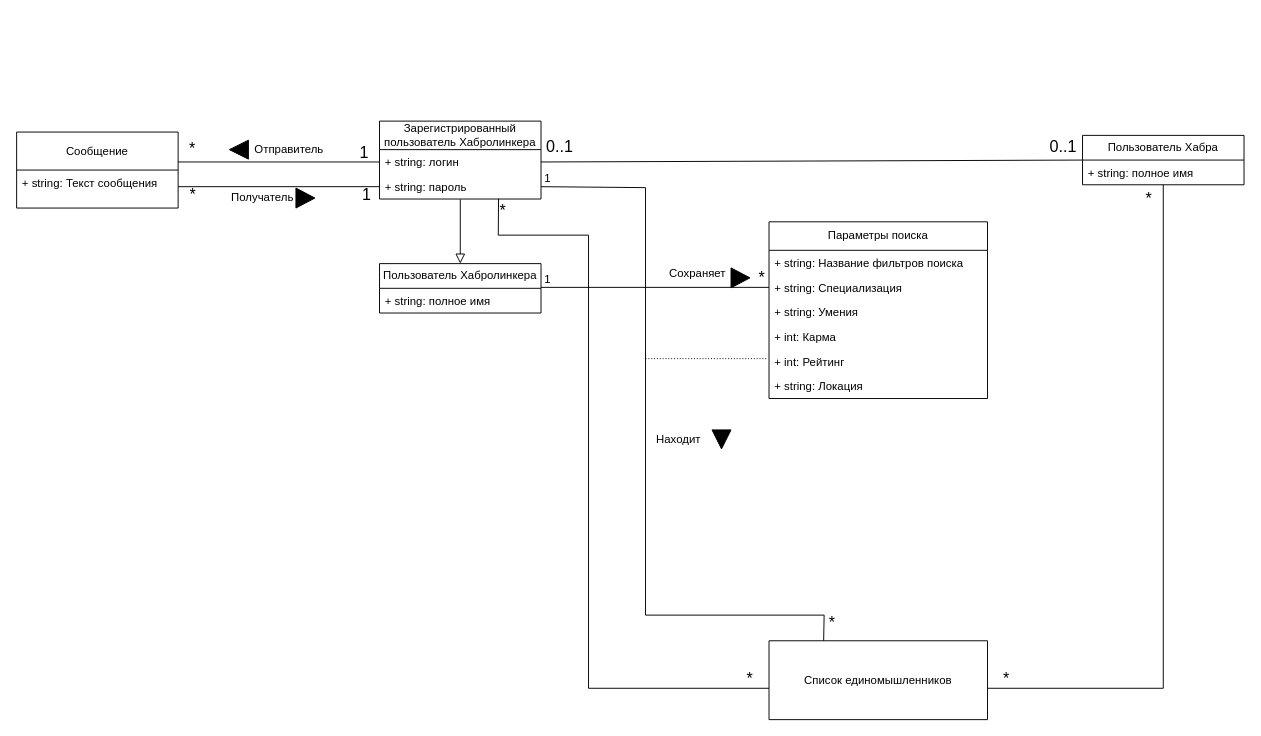
AS2/habrolink keeps this draw.io diagram as docs/raw_diagrams/domain_model.drawio. Above is the earlier version. Source tidied: cells renumbered, new cells numbered last; positions are measured from the earlier drawing's top-left corner, leaving out a move shared by most shapes. Both pictures are drawn from the tidied source at 95%, with x=0, y=0 at pixel (16, 121).
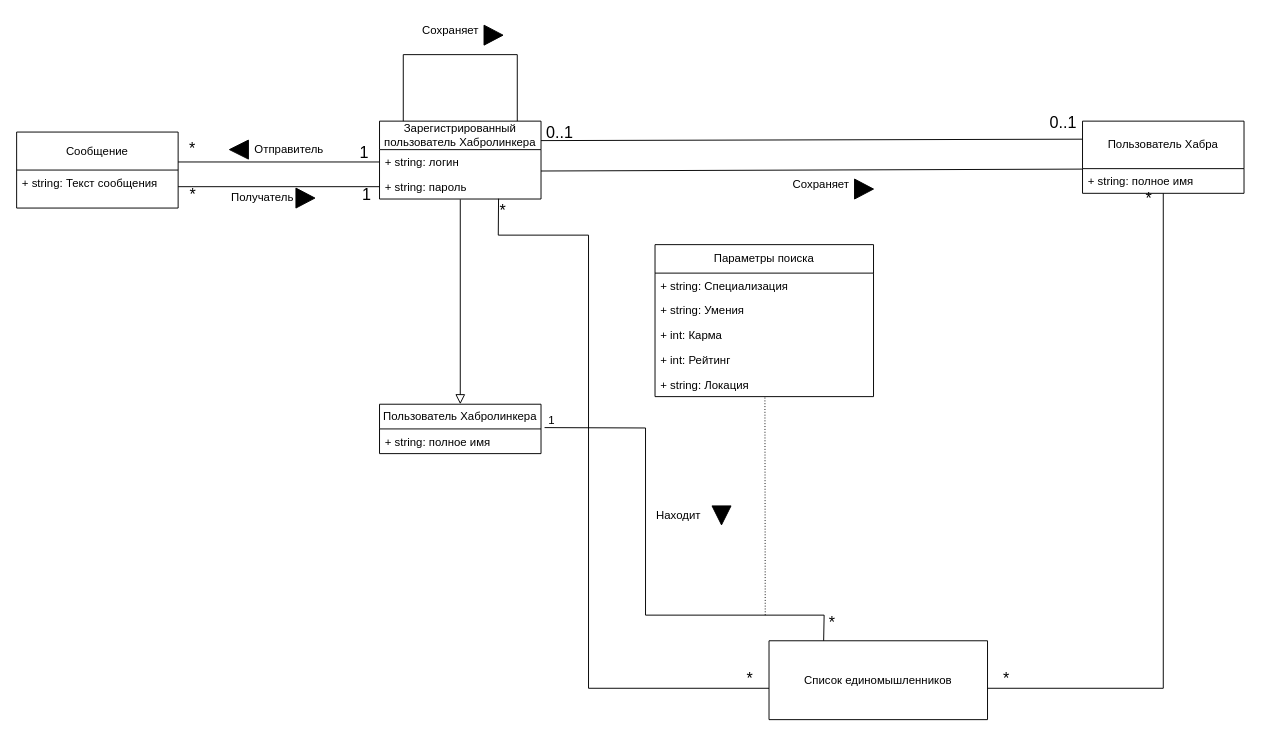
The same diagram, later.

The change refers to these unchanged cells:
```xml
<mxCell id="3" value="+ string: полное имя" style="text;strokeColor=none;fillColor=none;align=left;verticalAlign=top;spacingLeft=4;spacingRight=4;overflow=hidden;points=[[0,0.5],[1,0.5]];portConstraint=eastwest;whiteSpace=wrap;html=1;" parent="2" vertex="1">
  <mxGeometry y="26" width="170" height="26" as="geometry" />
</mxCell>
<mxCell id="16" value="Список единомышленников" style="swimlane;fontStyle=0;horizontal=1;startSize=83;fillColor=none;whiteSpace=wrap;html=1;" parent="1" vertex="1" collapsed="1">
  <mxGeometry x="792" y="547" width="230" height="83" as="geometry" />
</mxCell>
<mxCell id="21" value="Зарегистрированный пользователь Хабролинкера" style="swimlane;fontStyle=0;horizontal=1;startSize=30;fillColor=none;whiteSpace=wrap;html=1;" parent="1" vertex="1">
  <mxGeometry x="382" width="170" height="82" as="geometry" />
</mxCell>
<mxCell id="22" value="+ string: логин" style="text;strokeColor=none;fillColor=none;align=left;verticalAlign=top;spacingLeft=4;spacingRight=4;overflow=hidden;points=[[0,0.5],[1,0.5]];portConstraint=eastwest;whiteSpace=wrap;html=1;" parent="21" vertex="1">
  <mxGeometry y="30" width="170" height="26" as="geometry" />
</mxCell>
<mxCell id="23" value="+ string: пароль" style="text;strokeColor=none;fillColor=none;align=left;verticalAlign=top;spacingLeft=4;spacingRight=4;overflow=hidden;points=[[0,0.5],[1,0.5]];portConstraint=eastwest;whiteSpace=wrap;html=1;" parent="21" vertex="1">
  <mxGeometry y="56" width="170" height="26" as="geometry" />
</mxCell>
```

What changed in the source:
```diff
@@
     <mxCell id="2" value="Пользователь Хабролинкера" style="swimlane;fontStyle=0;horizontal=1;startSize=26;fillColor=none;whiteSpace=wrap;html=1;" parent="1" vertex="1">
-      <mxGeometry x="382" y="150" width="170" height="52" as="geometry" />
+      <mxGeometry x="382" y="298" width="170" height="52" as="geometry" />
     </mxCell>
@@
     <mxCell id="4" value="Параметры поиска" style="swimlane;fontStyle=0;horizontal=1;startSize=30;fillColor=none;whiteSpace=wrap;html=1;" parent="1" vertex="1">
-      <mxGeometry x="792" y="106" width="230" height="186" as="geometry" />
+      <mxGeometry x="672" y="130" width="230" height="160" as="geometry" />
     </mxCell>
-    <mxCell id="5" value="+ string: Название фильтров поиска" style="text;strokeColor=none;fillColor=none;align=left;verticalAlign=top;spacingLeft=4;spacingRight=4;overflow=hidden;whiteSpace=wrap;html=1;" parent="4" vertex="1">
-      <mxGeometry y="30" width="230" height="26" as="geometry" />
-    </mxCell>
     <mxCell id="6" value="+ string: Специализация" style="text;strokeColor=none;fillColor=none;align=left;verticalAlign=top;spacingLeft=4;spacingRight=4;overflow=hidden;points=[[0,0.5],[1,0.5]];portConstraint=eastwest;whiteSpace=wrap;html=1;" parent="4" vertex="1">
-      <mxGeometry y="56" width="230" height="26" as="geometry" />
+      <mxGeometry y="30" width="230" height="26" as="geometry" />
     </mxCell>
     <mxCell id="7" value="+ string: Умения" style="text;strokeColor=none;fillColor=none;align=left;verticalAlign=top;spacingLeft=4;spacingRight=4;overflow=hidden;whiteSpace=wrap;html=1;" parent="4" vertex="1">
-      <mxGeometry y="82" width="230" height="26" as="geometry" />
+      <mxGeometry y="56" width="230" height="26" as="geometry" />
     </mxCell>
     <mxCell id="8" value="+ int: Карма" style="text;strokeColor=none;fillColor=none;align=left;verticalAlign=top;spacingLeft=4;spacingRight=4;overflow=hidden;whiteSpace=wrap;html=1;" parent="4" vertex="1">
-      <mxGeometry y="108" width="230" height="26" as="geometry" />
+      <mxGeometry y="82" width="230" height="26" as="geometry" />
     </mxCell>
     <mxCell id="9" value="+ int: Рейтинг" style="text;strokeColor=none;fillColor=none;align=left;verticalAlign=top;spacingLeft=4;spacingRight=4;overflow=hidden;whiteSpace=wrap;html=1;" parent="4" vertex="1">
-      <mxGeometry y="134" width="230" height="26" as="geometry" />
+      <mxGeometry y="108" width="230" height="26" as="geometry" />
     </mxCell>
     <mxCell id="10" value="+ string: Локация" style="text;strokeColor=none;fillColor=none;align=left;verticalAlign=top;spacingLeft=4;spacingRight=4;overflow=hidden;points=[[0,0.5],[1,0.5]];portConstraint=eastwest;whiteSpace=wrap;html=1;" parent="4" vertex="1">
-      <mxGeometry y="160" width="230" height="26" as="geometry" />
+      <mxGeometry y="134" width="230" height="26" as="geometry" />
     </mxCell>
@@
-    <mxCell id="13" style="endArrow=none;html=1;rounded=0;exitX=1;exitY=0.5;exitDx=0;exitDy=0;entryX=0;entryY=0.5;entryDx=0;entryDy=0;" parent="1" edge="1" target="6">
-      <mxGeometry relative="1" as="geometry">
-        <mxPoint x="552" y="175" as="sourcePoint" />
-      </mxGeometry>
-    </mxCell>
-    <mxCell id="14" value="1" style="html=1;whiteSpace=wrap;align=left;verticalAlign=bottom;" parent="13" vertex="1">
-      <mxGeometry x="-1" relative="1" as="geometry">
-        <mxPoint x="2" as="offset" />
-      </mxGeometry>
-    </mxCell>
-    <mxCell id="15" value="*" style="html=1;whiteSpace=wrap;align=right;verticalAlign=bottom;fontSize=17;" parent="13" vertex="1">
-      <mxGeometry x="1" relative="1" as="geometry">
-        <mxPoint x="-3" y="2" as="offset" />
-      </mxGeometry>
-    </mxCell>
@@
     <mxCell id="17" value="Находит" style="text;html=1;strokeColor=none;fillColor=none;align=center;verticalAlign=middle;whiteSpace=wrap;rounded=0;" parent="1" vertex="1">
-      <mxGeometry x="662" y="320" width="70" height="30" as="geometry" />
+      <mxGeometry x="662" y="400" width="70" height="30" as="geometry" />
     </mxCell>
@@
-    <mxCell id="25" value="Пользователь Хабра" style="swimlane;fontStyle=0;horizontal=1;startSize=26;fillColor=none;whiteSpace=wrap;html=1;" parent="1" vertex="1">
-      <mxGeometry x="1122" y="15" width="170" height="52" as="geometry" />
+    <mxCell id="25" value="Пользователь Хабра" style="swimlane;fontStyle=0;horizontal=1;startSize=50;fillColor=none;whiteSpace=wrap;html=1;" parent="1" vertex="1">
+      <mxGeometry x="1122" width="170" height="76" as="geometry" />
     </mxCell>
     <mxCell id="26" value="+ string: полное имя" style="text;strokeColor=none;fillColor=none;align=left;verticalAlign=top;spacingLeft=4;spacingRight=4;overflow=hidden;whiteSpace=wrap;html=1;" parent="25" vertex="1">
-      <mxGeometry y="26" width="170" height="26" as="geometry" />
+      <mxGeometry y="50" width="170" height="26" as="geometry" />
     </mxCell>
-    <mxCell id="27" style="endArrow=none;startArrow=none;endFill=0;startFill=0;html=1;verticalAlign=bottom;labelBackgroundColor=none;strokeWidth=1;startSize=8;endSize=8;rounded=0;exitX=1;exitY=0.5;exitDx=0;exitDy=0;entryX=0;entryY=0.5;entryDx=0;entryDy=0;" parent="1" edge="1" source="22" target="25">
+    <mxCell id="27" style="endArrow=none;startArrow=none;endFill=0;startFill=0;html=1;verticalAlign=bottom;labelBackgroundColor=none;strokeWidth=1;startSize=8;endSize=8;rounded=0;exitX=1;exitY=0.25;exitDx=0;exitDy=0;entryX=0;entryY=0.25;entryDx=0;entryDy=0;" parent="1" edge="1" source="21" target="25">
       <mxGeometry relative="1" as="geometry" />
     </mxCell>
     <mxCell id="28" value="0..1" style="text;html=1;strokeColor=none;fillColor=none;align=center;verticalAlign=middle;whiteSpace=wrap;rounded=0;fontSize=17;" parent="1" vertex="1">
-      <mxGeometry x="562" y="15" width="20" height="26" as="geometry" />
+      <mxGeometry x="562" width="20" height="26" as="geometry" />
     </mxCell>
     <mxCell id="29" value="0..1" style="text;html=1;strokeColor=none;fillColor=none;align=center;verticalAlign=middle;whiteSpace=wrap;rounded=0;fontSize=17;" parent="1" vertex="1">
-      <mxGeometry x="1082" y="15" width="40" height="26" as="geometry" />
+      <mxGeometry x="1082" y="-10" width="40" height="26" as="geometry" />
     </mxCell>
@@
     <mxCell id="43" style="triangle;whiteSpace=wrap;html=1;fillColor=#000000;rotation=0;" parent="1" vertex="1">
-      <mxGeometry x="752" y="154.5" width="20" height="21" as="geometry" />
+      <mxGeometry x="492" y="-101" width="20" height="21" as="geometry" />
     </mxCell>
-    <mxCell id="44" style="endArrow=none;html=1;rounded=0;entryX=0.25;entryY=0;entryDx=0;entryDy=0;exitX=1;exitY=0.5;exitDx=0;exitDy=0;" parent="1" edge="1" source="23" target="16">
+    <mxCell id="44" style="endArrow=none;html=1;rounded=0;entryX=0.25;entryY=0;entryDx=0;entryDy=0;exitX=1.022;exitY=-0.054;exitDx=0;exitDy=0;exitPerimeter=0;" parent="1" edge="1" source="3" target="16">
       <mxGeometry relative="1" as="geometry">
         <Array as="points">
-          <mxPoint x="662" y="70" />
+          <mxPoint x="662" y="323" />
           <mxPoint x="662" y="520" />
           <mxPoint x="850" y="520" />
         </Array>
       </mxGeometry>
     </mxCell>
@@
     <mxCell id="47" value="Сохраняет" style="text;html=1;strokeColor=none;fillColor=none;align=center;verticalAlign=middle;whiteSpace=wrap;rounded=0;" parent="1" vertex="1">
-      <mxGeometry x="682" y="145.5" width="70" height="30" as="geometry" />
+      <mxGeometry x="422" y="-110" width="70" height="30" as="geometry" />
     </mxCell>
     <mxCell id="48" style="triangle;whiteSpace=wrap;html=1;fillColor=#000000;rotation=90;" parent="1" vertex="1">
-      <mxGeometry x="732" y="325" width="20" height="20" as="geometry" />
+      <mxGeometry x="732" y="405" width="20" height="20" as="geometry" />
     </mxCell>
-    <mxCell id="49" style="endArrow=none;html=1;rounded=0;dashed=1;dashPattern=1 2;" parent="1" edge="1">
+    <mxCell id="49" style="endArrow=none;html=1;rounded=0;dashed=1;dashPattern=1 2;entryX=0.503;entryY=1.038;entryDx=0;entryDy=0;entryPerimeter=0;" parent="1" edge="1" target="10">
       <mxGeometry relative="1" as="geometry">
-        <mxPoint x="662" y="250" as="sourcePoint" />
-        <mxPoint x="791" y="250" as="targetPoint" />
+        <mxPoint x="788" y="520" as="sourcePoint" />
       </mxGeometry>
     </mxCell>
+    <mxCell id="50" style="endArrow=none;html=1;rounded=0;edgeStyle=orthogonalEdgeStyle;" parent="1" edge="1">
+      <mxGeometry relative="1" as="geometry">
+        <mxPoint x="407" as="sourcePoint" />
+        <mxPoint x="527" as="targetPoint" />
+        <Array as="points">
+          <mxPoint x="407" y="-70" />
+          <mxPoint x="527" y="-70" />
+        </Array>
+      </mxGeometry>
+    </mxCell>
+    <mxCell id="51" style="endArrow=none;startArrow=none;endFill=0;startFill=0;html=1;verticalAlign=bottom;labelBackgroundColor=none;strokeWidth=1;startSize=8;endSize=8;rounded=0;exitX=1;exitY=0.25;exitDx=0;exitDy=0;entryX=0;entryY=0.25;entryDx=0;entryDy=0;" parent="1" edge="1">
+      <mxGeometry relative="1" as="geometry">
+        <mxPoint x="552" y="52.5" as="sourcePoint" />
+        <mxPoint x="1122" y="50.5" as="targetPoint" />
+      </mxGeometry>
+    </mxCell>
+    <mxCell id="52" style="triangle;whiteSpace=wrap;html=1;fillColor=#000000;rotation=0;" parent="1" vertex="1">
+      <mxGeometry x="882" y="61" width="20" height="21" as="geometry" />
+    </mxCell>
+    <mxCell id="53" value="Сохраняет" style="text;html=1;strokeColor=none;fillColor=none;align=center;verticalAlign=middle;whiteSpace=wrap;rounded=0;" parent="1" vertex="1">
+      <mxGeometry x="812" y="52" width="70" height="30" as="geometry" />
+    </mxCell>
```
